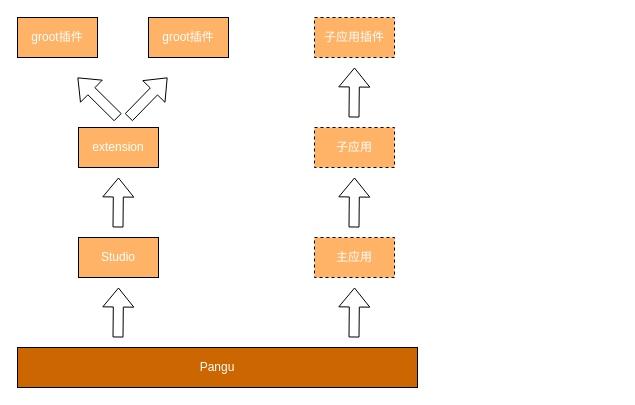
The draw.io diagram doc/加载方式.dio in liutian/groot, before the edit. Source tidied: cells renumbered, new cells numbered last; positions are measured from the earlier drawing's top-left corner, leaving out a move shared by most shapes. Both pictures are drawn from the tidied source at 100%, with x=0, y=0 at pixel (17, 17).
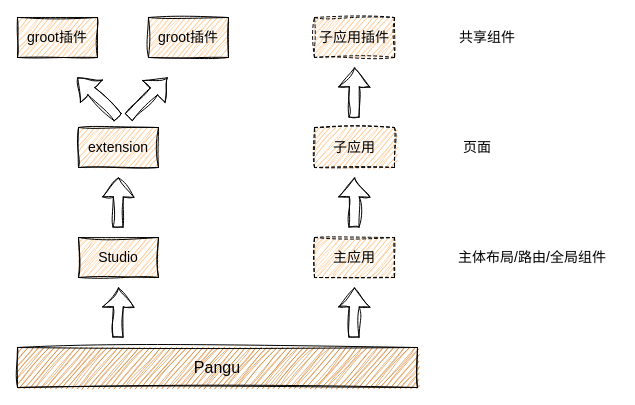
After the change.

What changed in the source:
```diff
@@
-    <mxCell id="2" value="Pangu" style="whiteSpace=wrap;html=1;fillColor=#CC6600;fontColor=#FFFFFF;" parent="1" vertex="1">
+    <mxCell id="2" value="&lt;font style=&quot;font-size: 16px;&quot; color=&quot;#000000&quot;&gt;Pangu&lt;/font&gt;" style="whiteSpace=wrap;html=1;fillColor=#CC6600;fontColor=#FFFFFF;sketch=1;curveFitting=1;jiggle=2;" parent="1" vertex="1">
       <mxGeometry y="330" width="400" height="40" as="geometry" />
     </mxCell>
-    <mxCell id="3" value="Studio" style="rounded=0;whiteSpace=wrap;html=1;fontColor=#FFFFFF;fillColor=#FFB366;" parent="1" vertex="1">
+    <mxCell id="3" value="&lt;font style=&quot;font-size: 14px;&quot; color=&quot;#000000&quot;&gt;Studio&lt;/font&gt;" style="rounded=0;whiteSpace=wrap;html=1;fontColor=#FFFFFF;fillColor=#FFB366;sketch=1;curveFitting=1;jiggle=2;" parent="1" vertex="1">
       <mxGeometry x="61" y="220" width="80" height="40" as="geometry" />
     </mxCell>
-    <mxCell id="4" value="主应用" style="rounded=0;whiteSpace=wrap;html=1;fontColor=#FFFFFF;fillColor=#FFB366;dashed=1;" parent="1" vertex="1">
+    <mxCell id="4" value="&lt;font style=&quot;font-size: 14px;&quot; color=&quot;#000000&quot;&gt;主应用&lt;/font&gt;" style="rounded=0;whiteSpace=wrap;html=1;fontColor=#FFFFFF;fillColor=#FFB366;dashed=1;sketch=1;curveFitting=1;jiggle=2;" parent="1" vertex="1">
       <mxGeometry x="297" y="220" width="80" height="40" as="geometry" />
     </mxCell>
-    <mxCell id="5" value="extension" style="rounded=0;whiteSpace=wrap;html=1;fontColor=#FFFFFF;fillColor=#FFB366;" parent="1" vertex="1">
+    <mxCell id="5" value="&lt;font style=&quot;font-size: 14px;&quot; color=&quot;#000000&quot;&gt;extension&lt;/font&gt;" style="rounded=0;whiteSpace=wrap;html=1;fontColor=#FFFFFF;fillColor=#FFB366;sketch=1;curveFitting=1;jiggle=2;" parent="1" vertex="1">
       <mxGeometry x="61" y="110" width="80" height="40" as="geometry" />
     </mxCell>
-    <mxCell id="6" style="shape=flexArrow;endArrow=classic;html=1;fontColor=#FFFFFF;" parent="1" edge="1">
+    <mxCell id="6" style="shape=flexArrow;endArrow=classic;html=1;fontColor=#FFFFFF;sketch=1;curveFitting=1;jiggle=2;" parent="1" edge="1">
       <mxGeometry relative="1" as="geometry">
         <mxPoint x="100.5" y="320" as="sourcePoint" />
         <mxPoint x="101" y="270" as="targetPoint" />
       </mxGeometry>
     </mxCell>
-    <mxCell id="7" value="子应用" style="rounded=0;whiteSpace=wrap;html=1;fontColor=#FFFFFF;fillColor=#FFB366;dashed=1;" parent="1" vertex="1">
+    <mxCell id="7" value="&lt;font style=&quot;font-size: 14px;&quot; color=&quot;#000000&quot;&gt;子应用&lt;/font&gt;" style="rounded=0;whiteSpace=wrap;html=1;fontColor=#FFFFFF;fillColor=#FFB366;dashed=1;sketch=1;curveFitting=1;jiggle=2;" parent="1" vertex="1">
       <mxGeometry x="297" y="110" width="80" height="40" as="geometry" />
     </mxCell>
-    <mxCell id="8" value="groot插件" style="rounded=0;whiteSpace=wrap;html=1;fontColor=#FFFFFF;fillColor=#FFB366;" parent="1" vertex="1">
+    <mxCell id="8" value="&lt;font style=&quot;font-size: 14px;&quot; color=&quot;#000000&quot;&gt;groot插件&lt;/font&gt;" style="rounded=0;whiteSpace=wrap;html=1;fontColor=#FFFFFF;fillColor=#FFB366;sketch=1;curveFitting=1;jiggle=2;" parent="1" vertex="1">
       <mxGeometry width="80" height="40" as="geometry" />
     </mxCell>
-    <mxCell id="9" style="shape=flexArrow;endArrow=classic;html=1;fontColor=#FFFFFF;" parent="1" edge="1">
+    <mxCell id="9" style="shape=flexArrow;endArrow=classic;html=1;fontColor=#FFFFFF;sketch=1;curveFitting=1;jiggle=2;" parent="1" edge="1">
       <mxGeometry relative="1" as="geometry">
         <mxPoint x="100.5" y="210" as="sourcePoint" />
         <mxPoint x="101" y="160" as="targetPoint" />
       </mxGeometry>
     </mxCell>
-    <mxCell id="10" value="groot插件" style="rounded=0;whiteSpace=wrap;html=1;fontColor=#FFFFFF;fillColor=#FFB366;" parent="1" vertex="1">
+    <mxCell id="10" value="&lt;font style=&quot;font-size: 14px;&quot; color=&quot;#000000&quot;&gt;groot插件&lt;/font&gt;" style="rounded=0;whiteSpace=wrap;html=1;fontColor=#FFFFFF;fillColor=#FFB366;sketch=1;curveFitting=1;jiggle=2;" parent="1" vertex="1">
       <mxGeometry x="131" width="80" height="40" as="geometry" />
     </mxCell>
-    <mxCell id="11" style="shape=flexArrow;endArrow=classic;html=1;fontColor=#FFFFFF;" parent="1" edge="1">
+    <mxCell id="11" style="shape=flexArrow;endArrow=classic;html=1;fontColor=#FFFFFF;sketch=1;curveFitting=1;jiggle=2;" parent="1" edge="1">
       <mxGeometry relative="1" as="geometry">
         <mxPoint x="100.5" y="100" as="sourcePoint" />
         <mxPoint x="60" y="60" as="targetPoint" />
       </mxGeometry>
     </mxCell>
-    <mxCell id="12" style="shape=flexArrow;endArrow=classic;html=1;fontColor=#FFFFFF;" parent="1" edge="1">
+    <mxCell id="12" style="shape=flexArrow;endArrow=classic;html=1;fontColor=#FFFFFF;sketch=1;curveFitting=1;jiggle=2;" parent="1" edge="1">
       <mxGeometry relative="1" as="geometry">
         <mxPoint x="111" y="100" as="sourcePoint" />
         <mxPoint x="150" y="60" as="targetPoint" />
       </mxGeometry>
     </mxCell>
-    <mxCell id="13" style="shape=flexArrow;endArrow=classic;html=1;fontColor=#FFFFFF;" parent="1" edge="1">
+    <mxCell id="13" style="shape=flexArrow;endArrow=classic;html=1;fontColor=#FFFFFF;sketch=1;curveFitting=1;jiggle=2;" parent="1" edge="1">
       <mxGeometry relative="1" as="geometry">
         <mxPoint x="336.5" y="320" as="sourcePoint" />
         <mxPoint x="337" y="270" as="targetPoint" />
       </mxGeometry>
     </mxCell>
-    <mxCell id="14" style="shape=flexArrow;endArrow=classic;html=1;fontColor=#FFFFFF;" parent="1" edge="1">
+    <mxCell id="14" style="shape=flexArrow;endArrow=classic;html=1;fontColor=#FFFFFF;sketch=1;curveFitting=1;jiggle=2;" parent="1" edge="1">
       <mxGeometry relative="1" as="geometry">
         <mxPoint x="336.5" y="210" as="sourcePoint" />
         <mxPoint x="337" y="160" as="targetPoint" />
       </mxGeometry>
     </mxCell>
-    <mxCell id="15" value="子应用插件" style="rounded=0;whiteSpace=wrap;html=1;fontColor=#FFFFFF;fillColor=#FFB366;dashed=1;" parent="1" vertex="1">
+    <mxCell id="15" value="&lt;font style=&quot;font-size: 14px;&quot; color=&quot;#000000&quot;&gt;子应用插件&lt;/font&gt;" style="rounded=0;whiteSpace=wrap;html=1;fontColor=#FFFFFF;fillColor=#FFB366;dashed=1;sketch=1;curveFitting=1;jiggle=2;" parent="1" vertex="1">
       <mxGeometry x="297" width="80" height="40" as="geometry" />
     </mxCell>
-    <mxCell id="16" style="shape=flexArrow;endArrow=classic;html=1;fontColor=#FFFFFF;" parent="1" edge="1">
+    <mxCell id="16" style="shape=flexArrow;endArrow=classic;html=1;fontColor=#FFFFFF;sketch=1;curveFitting=1;jiggle=2;" parent="1" edge="1">
       <mxGeometry relative="1" as="geometry">
         <mxPoint x="336.5" y="100" as="sourcePoint" />
         <mxPoint x="337" y="50" as="targetPoint" />
       </mxGeometry>
     </mxCell>
+    <mxCell id="17" value="主体布局/路由/全局组件" style="text;strokeColor=none;align=center;fillColor=none;html=1;verticalAlign=middle;whiteSpace=wrap;rounded=0;sketch=1;fontSize=14;fontColor=#000000;" parent="1" vertex="1">
+      <mxGeometry x="430" y="225" width="170" height="30" as="geometry" />
+    </mxCell>
+    <mxCell id="18" value="页面" style="text;strokeColor=none;align=center;fillColor=none;html=1;verticalAlign=middle;whiteSpace=wrap;rounded=0;sketch=1;fontSize=14;fontColor=#000000;" parent="1" vertex="1">
+      <mxGeometry x="430" y="115" width="60" height="30" as="geometry" />
+    </mxCell>
+    <mxCell id="19" value="共享组件" style="text;strokeColor=none;align=center;fillColor=none;html=1;verticalAlign=middle;whiteSpace=wrap;rounded=0;sketch=1;fontSize=14;fontColor=#000000;" parent="1" vertex="1">
+      <mxGeometry x="440" y="5" width="60" height="30" as="geometry" />
+    </mxCell>
```
